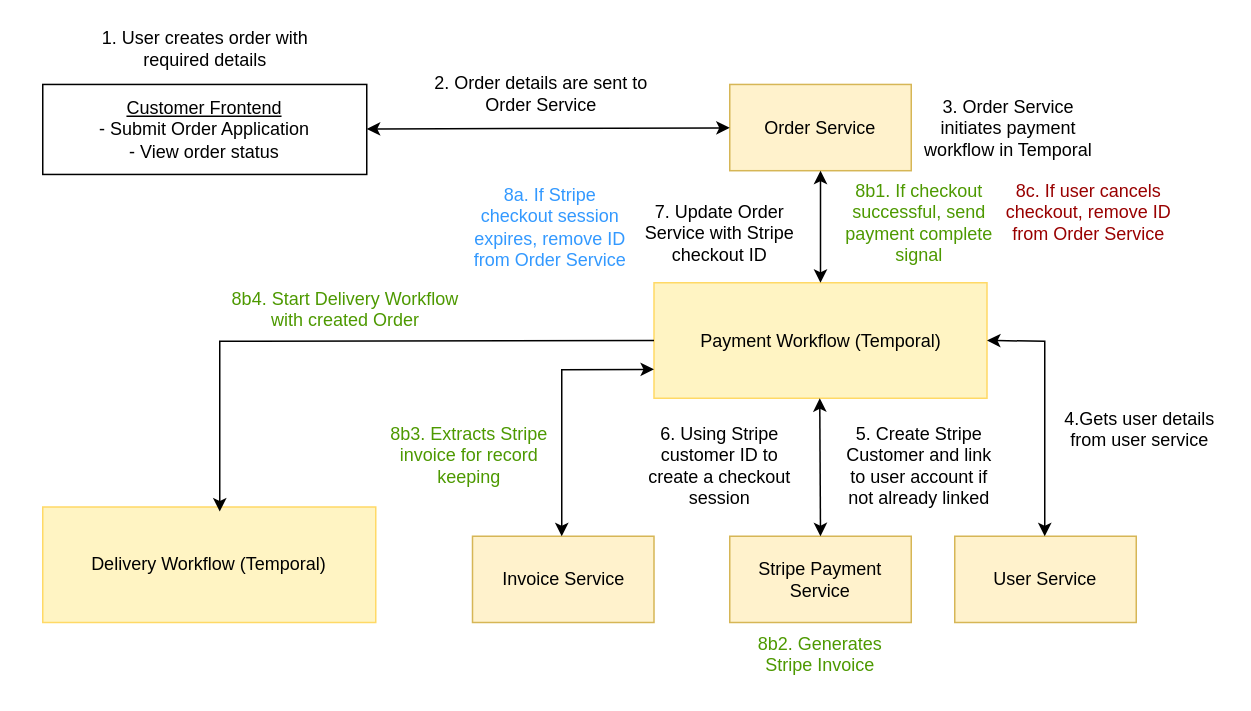
The draw.io diagram diagrams/UserOrderFromUI.drawio in darkliyznyanlin910/esd-2425T2, before the edit. Source tidied: cells renumbered, new cells numbered last; positions are measured from the earlier drawing's top-left corner, leaving out a move shared by most shapes. Both pictures are drawn from the tidied source at 150%, with x=0, y=0 at pixel (24, 26).
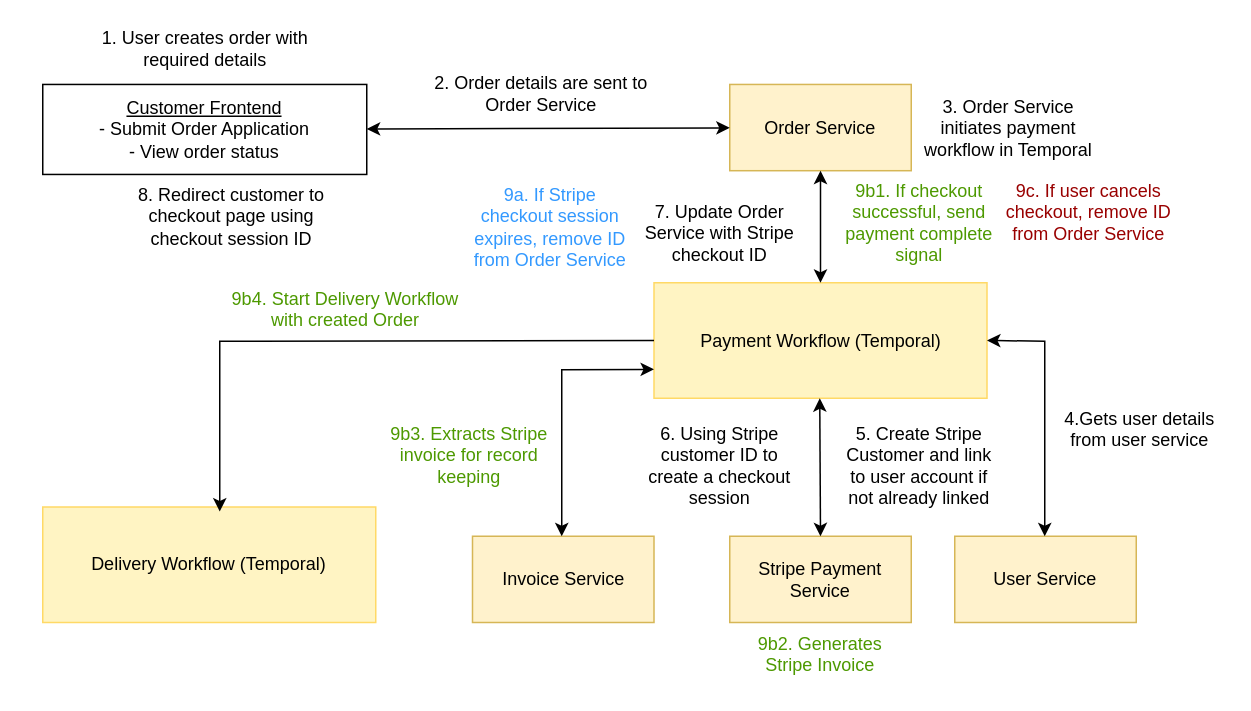
The same page after the edit.

Diff of the diagram source:
```diff
@@
-    <mxCell id="18" value="8a. If Stripe checkout session expires, remove ID from Order Service" style="text;whiteSpace=wrap;align=center;fontColor=#3399FF;" parent="1" vertex="1">
+    <mxCell id="18" value="9a. If Stripe checkout session expires, remove ID from Order Service" style="text;whiteSpace=wrap;align=center;fontColor=#3399FF;" parent="1" vertex="1">
       <mxGeometry x="294" y="99" width="113" height="72" as="geometry" />
     </mxCell>
@@
-    <mxCell id="21" value="8b1. If checkout successful, send payment complete signal" style="text;whiteSpace=wrap;align=center;fontColor=#4D9900;labelBackgroundColor=none;" parent="1" vertex="1">
+    <mxCell id="21" value="9b1. If checkout successful, send payment complete signal" style="text;whiteSpace=wrap;align=center;fontColor=#4D9900;labelBackgroundColor=none;" parent="1" vertex="1">
       <mxGeometry x="540" y="96.2" width="113" height="72" as="geometry" />
     </mxCell>
-    <mxCell id="22" value="8b2. Generates Stripe Invoice" style="text;whiteSpace=wrap;align=center;fontColor=#4D9900;labelBackgroundColor=none;" parent="1" vertex="1">
+    <mxCell id="22" value="9b2. Generates Stripe Invoice" style="text;whiteSpace=wrap;align=center;fontColor=#4D9900;labelBackgroundColor=none;" parent="1" vertex="1">
       <mxGeometry x="474" y="397.5" width="113" height="42.5" as="geometry" />
     </mxCell>
-    <mxCell id="23" value="8b3. Extracts Stripe invoice for record keeping" style="text;whiteSpace=wrap;align=center;fontColor=#4D9900;labelBackgroundColor=none;" parent="1" vertex="1">
+    <mxCell id="23" value="9b3. Extracts Stripe invoice for record keeping" style="text;whiteSpace=wrap;align=center;fontColor=#4D9900;labelBackgroundColor=none;" parent="1" vertex="1">
       <mxGeometry x="239.5" y="258" width="113" height="52" as="geometry" />
     </mxCell>
-    <mxCell id="24" value="8c. If user cancels checkout, remove ID from Order Service" style="text;whiteSpace=wrap;align=center;fontColor=#990000;labelBackgroundColor=none;" parent="1" vertex="1">
+    <mxCell id="24" value="9c. If user cancels checkout, remove ID from Order Service" style="text;whiteSpace=wrap;align=center;fontColor=#990000;labelBackgroundColor=none;" parent="1" vertex="1">
       <mxGeometry x="653" y="96.2" width="113" height="72" as="geometry" />
     </mxCell>
@@
-    <mxCell id="27" value="8b4. Start Delivery Workflow with created Order" style="text;whiteSpace=wrap;align=center;fontColor=#4D9900;labelBackgroundColor=none;" parent="1" vertex="1">
+    <mxCell id="27" value="9b4. Start Delivery Workflow with created Order" style="text;whiteSpace=wrap;align=center;fontColor=#4D9900;labelBackgroundColor=none;" parent="1" vertex="1">
       <mxGeometry x="128.5" y="168.2" width="170" height="52" as="geometry" />
     </mxCell>
+    <mxCell id="28" value="8. Redirect customer to checkout page using checkout session ID" style="text;whiteSpace=wrap;align=center;" parent="1" vertex="1">
+      <mxGeometry x="63.5" y="99" width="147.5" height="72" as="geometry" />
+    </mxCell>
```
